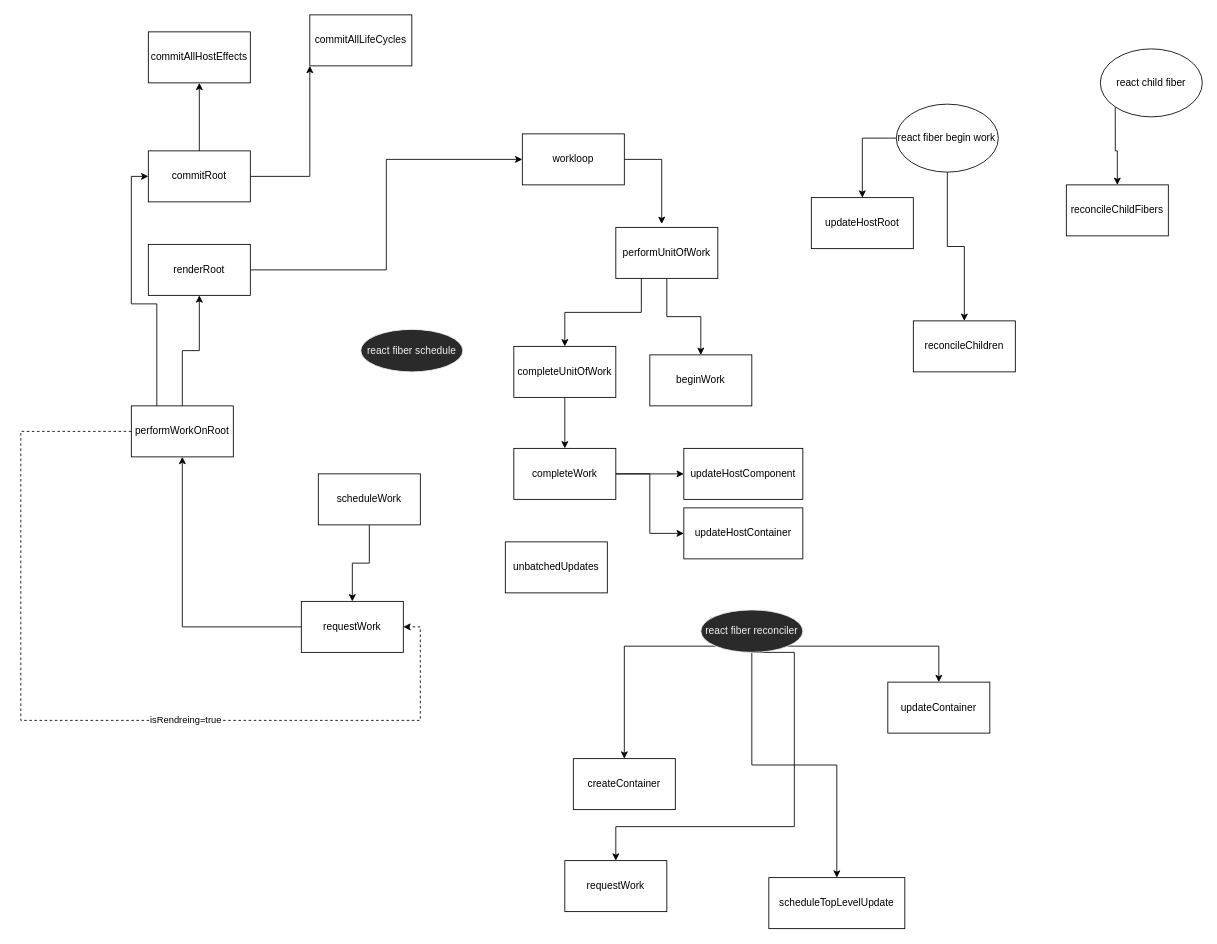
Before: assets/codes_sample/fiber/fiber.drawio in wenjoy/Technology-forward, a draw.io diagram. Source tidied: cells renumbered, new cells numbered last; positions are measured from the earlier drawing's top-left corner, leaving out a move shared by most shapes. Both pictures are drawn from the tidied source at 85%, with x=0, y=0 at pixel (20, 14).
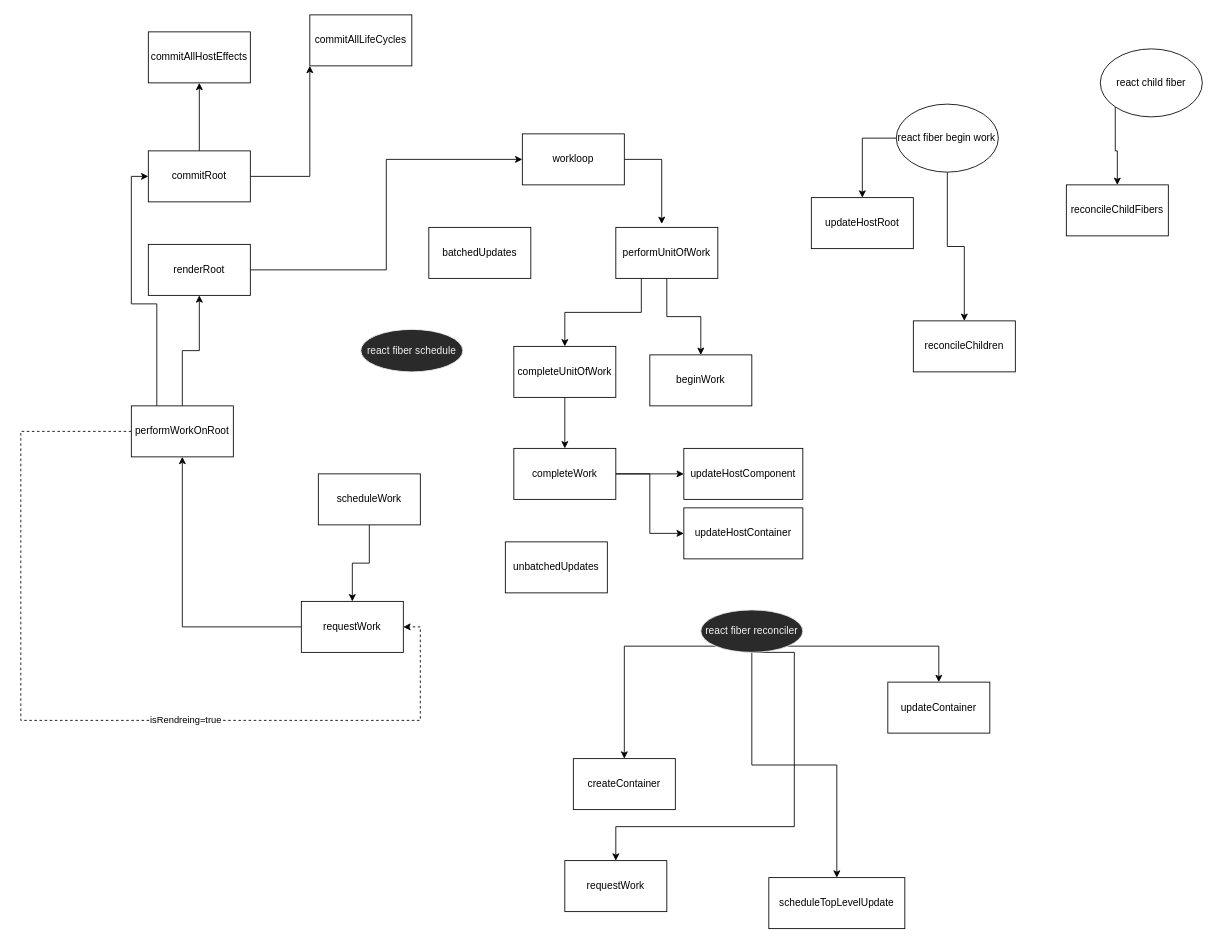
After the change.

Commit message (it also covers changes not shown here):
update fiber flow chart

What changed in the source:
```diff
@@
+    <mxCell id="50" value="batchedUpdates" style="rounded=0;whiteSpace=wrap;html=1;" parent="1" vertex="1">
+      <mxGeometry x="480" y="250" width="120" height="60" as="geometry" />
+    </mxCell>
```
